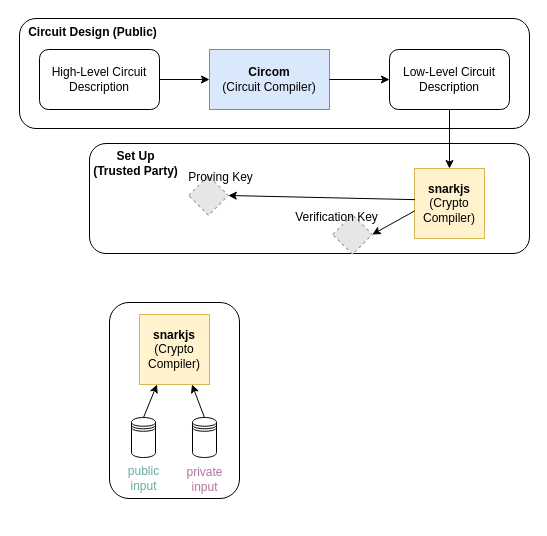
Above: fig/circom-overview.drawio in Koukyosyumei/MyZKP (draw.io), before the change. Source tidied: cells renumbered, new cells numbered last; positions are measured from the earlier drawing's top-left corner, leaving out a move shared by most shapes. Both pictures are drawn from the tidied source at 100%, with x=0, y=0 at pixel (17, 17). Pictures stored in the file or linked from it are replaced by grey dashed boxes.
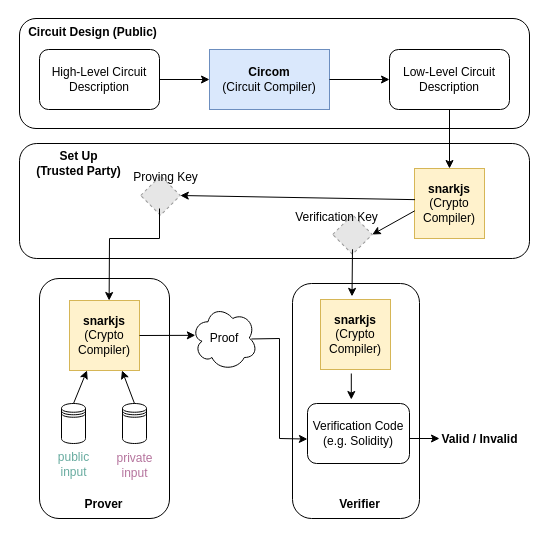
Above is the later version.

Commit message (it also covers changes not shown here):
circom-overview.drawio を更新します

Diff of the diagram source:
```diff
@@
     <mxCell id="2" style="rounded=1;whiteSpace=wrap;html=1;fillColor=none;" parent="1" vertex="1">
-      <mxGeometry x="72" y="126" width="440" height="110" as="geometry" />
+      <mxGeometry x="2" y="126" width="510" height="115" as="geometry" />
     </mxCell>
@@
     <mxCell id="11" style="fillColor=#E6E6E6;strokeColor=#999999;dashed=1;verticalLabelPosition=bottom;labelBackgroundColor=default;verticalAlign=top;rotation=-45;" parent="1" vertex="1">
-      <mxGeometry x="177" y="164" width="28" height="28" as="geometry" />
+      <mxGeometry x="129" y="164" width="28" height="28" as="geometry" />
     </mxCell>
     <mxCell id="12" value="Proving Key" style="text;html=1;align=center;verticalAlign=middle;strokeColor=none;fillColor=none;" parent="1" vertex="1">
-      <mxGeometry x="158" y="145" width="90" height="30" as="geometry" />
+      <mxGeometry x="103" y="145" width="90" height="30" as="geometry" />
     </mxCell>
@@
     <mxCell id="18" value="&lt;b&gt;Set Up&lt;/b&gt;&lt;div&gt;&lt;b&gt;(Trusted Party)&lt;/b&gt;&lt;/div&gt;" style="text;html=1;align=center;verticalAlign=middle;strokeColor=none;fillColor=none;" parent="1" vertex="1">
-      <mxGeometry x="63" y="126" width="110" height="40" as="geometry" />
+      <mxGeometry x="6" y="126" width="110" height="40" as="geometry" />
     </mxCell>
+    <mxCell id="27" style="rounded=1;whiteSpace=wrap;html=1;fillColor=none;" parent="1" vertex="1">
+      <mxGeometry x="275" y="266" width="127" height="235" as="geometry" />
+    </mxCell>
+    <mxCell id="28" value="&lt;b&gt;snarkjs&lt;/b&gt;&lt;div&gt;(Crypto Compiler)&lt;/div&gt;" style="whiteSpace=wrap;html=1;fillColor=#fff2cc;strokeColor=#d6b656;" parent="1" vertex="1">
+      <mxGeometry x="303" y="282" width="70" height="70" as="geometry" />
+    </mxCell>
     <mxCell id="19" style="rounded=1;whiteSpace=wrap;html=1;fillColor=none;" parent="1" vertex="1">
-      <mxGeometry x="92" y="285" width="130" height="196" as="geometry" />
+      <mxGeometry x="22" y="261" width="130" height="240" as="geometry" />
     </mxCell>
     <mxCell id="20" value="&lt;b&gt;snarkjs&lt;/b&gt;&lt;div&gt;(Crypto Compiler)&lt;/div&gt;" style="whiteSpace=wrap;html=1;fillColor=#fff2cc;strokeColor=#d6b656;" parent="1" vertex="1">
-      <mxGeometry x="122" y="297" width="70" height="70" as="geometry" />
+      <mxGeometry x="52" y="283" width="70" height="70" as="geometry" />
     </mxCell>
     <mxCell id="21" style="shape=datastore;whiteSpace=wrap;html=1;" parent="1" vertex="1">
-      <mxGeometry x="114" y="400" width="24" height="40" as="geometry" />
+      <mxGeometry x="44" y="386" width="24" height="40" as="geometry" />
     </mxCell>
     <mxCell id="22" style="shape=datastore;whiteSpace=wrap;html=1;" parent="1" vertex="1">
-      <mxGeometry x="175" y="400" width="24" height="40" as="geometry" />
+      <mxGeometry x="105" y="386" width="24" height="40" as="geometry" />
     </mxCell>
     <mxCell id="23" value="public&lt;div&gt;input&lt;/div&gt;" style="text;html=1;align=center;verticalAlign=middle;strokeColor=none;fillColor=none;fontColor=#67AB9F;" parent="1" vertex="1">
-      <mxGeometry x="101" y="441" width="50" height="40" as="geometry" />
+      <mxGeometry x="31" y="427" width="50" height="40" as="geometry" />
     </mxCell>
     <mxCell id="24" value="&lt;font color=&quot;#b5739d&quot;&gt;private&lt;/font&gt;&lt;div&gt;&lt;font color=&quot;#b5739d&quot;&gt;input&lt;/font&gt;&lt;/div&gt;" style="text;html=1;align=center;verticalAlign=middle;strokeColor=none;fillColor=none;" parent="1" vertex="1">
-      <mxGeometry x="157" y="442" width="60" height="40" as="geometry" />
+      <mxGeometry x="87" y="428" width="60" height="40" as="geometry" />
     </mxCell>
@@
+    <mxCell id="29" style="endArrow=classic;html=1;rounded=0;entryX=0.566;entryY=0;entryDx=0;entryDy=0;entryPerimeter=0;" parent="1" edge="1" target="20">
+      <mxGeometry relative="1" as="geometry">
+        <mxPoint x="142" y="191" as="sourcePoint" />
+        <Array as="points">
+          <mxPoint x="142" y="221" />
+          <mxPoint x="92" y="221" />
+        </Array>
+      </mxGeometry>
+    </mxCell>
+    <mxCell id="30" value="Proof" style="shape=cloud;whiteSpace=wrap;html=1;" parent="1" vertex="1">
+      <mxGeometry x="174" y="288" width="66" height="65" as="geometry" />
+    </mxCell>
+    <mxCell id="31" value="Verification Code&lt;div&gt;(e.g. Solidity)&lt;/div&gt;" style="rounded=1;whiteSpace=wrap;html=1;" parent="1" vertex="1">
+      <mxGeometry x="290" y="386" width="102" height="60" as="geometry" />
+    </mxCell>
+    <mxCell id="32" style="endArrow=classic;html=1;rounded=0;exitX=1;exitY=0.5;exitDx=0;exitDy=0;entryX=0.058;entryY=0.459;entryDx=0;entryDy=0;entryPerimeter=0;" parent="1" edge="1" source="20" target="30">
+      <mxGeometry relative="1" as="geometry" />
+    </mxCell>
+    <mxCell id="33" style="endArrow=classic;html=1;rounded=0;exitX=0.907;exitY=0.515;exitDx=0;exitDy=0;exitPerimeter=0;entryX=-0.001;entryY=0.593;entryDx=0;entryDy=0;entryPerimeter=0;" parent="1" edge="1" source="30" target="31">
+      <mxGeometry relative="1" as="geometry">
+        <Array as="points">
+          <mxPoint x="262" y="321" />
+          <mxPoint x="262" y="421" />
+        </Array>
+      </mxGeometry>
+    </mxCell>
+    <mxCell id="34" style="endArrow=classic;html=1;rounded=0;exitX=0;exitY=1;exitDx=0;exitDy=0;entryX=0.365;entryY=0.027;entryDx=0;entryDy=0;entryPerimeter=0;" parent="1" edge="1">
+      <mxGeometry relative="1" as="geometry">
+        <mxPoint x="335" y="231.8" as="sourcePoint" />
+        <mxPoint x="334.5" y="278.9" as="targetPoint" />
+      </mxGeometry>
+    </mxCell>
+    <mxCell id="35" style="endArrow=classic;html=1;rounded=0;exitX=0.907;exitY=0.515;exitDx=0;exitDy=0;exitPerimeter=0;" parent="1" edge="1">
+      <mxGeometry relative="1" as="geometry">
+        <mxPoint x="392" y="421" as="sourcePoint" />
+        <mxPoint x="422" y="421" as="targetPoint" />
+        <Array as="points">
+          <mxPoint x="420" y="421" />
+        </Array>
+      </mxGeometry>
+    </mxCell>
+    <mxCell id="36" value="Valid / Invalid" style="text;html=1;align=center;verticalAlign=middle;strokeColor=none;fillColor=none;fontStyle=1;" parent="1" vertex="1">
+      <mxGeometry x="417" y="407" width="90" height="30" as="geometry" />
+    </mxCell>
+    <mxCell id="37" style="endArrow=classic;html=1;rounded=0;entryX=0.365;entryY=0.027;entryDx=0;entryDy=0;entryPerimeter=0;" parent="1" edge="1">
+      <mxGeometry relative="1" as="geometry">
+        <mxPoint x="333.8" y="356" as="sourcePoint" />
+        <mxPoint x="333.8" y="382" as="targetPoint" />
+      </mxGeometry>
+    </mxCell>
+    <mxCell id="38" value="Prover" style="text;html=1;align=center;verticalAlign=middle;strokeColor=none;fillColor=none;fontStyle=1;" parent="1" vertex="1">
+      <mxGeometry x="56" y="472" width="60" height="30" as="geometry" />
+    </mxCell>
+    <mxCell id="39" value="Verifier" style="text;html=1;align=center;verticalAlign=middle;strokeColor=none;fillColor=none;fontStyle=1;" parent="1" vertex="1">
+      <mxGeometry x="312" y="472" width="60" height="30" as="geometry" />
+    </mxCell>
```
